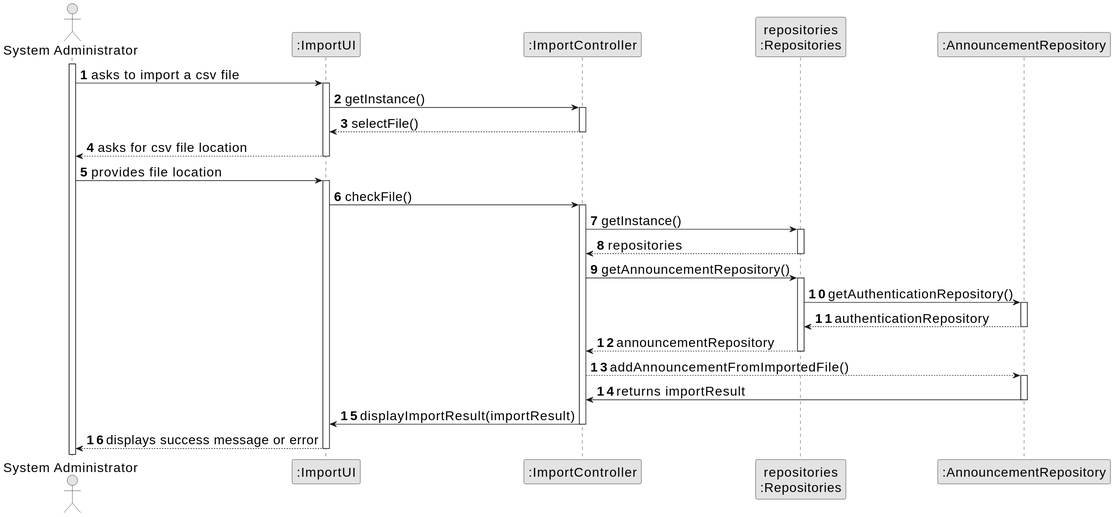
Before: docs/sprintD/us012/03.design/svg/us012-sequence-diagram-full.svg, a diagram exported from PlantUML (Goncalves2525/real-estate-management-system). Its diagram source:
```plantuml
@startuml
skinparamlocked defaultFontSize 20
skinparam monochrome true
skinparam packageStyle rectangle
skinparam shadowing false

autonumber

actor "System Administrator" as Admin
participant ":ImportUI" as UI
participant ":ImportController" as CTRL
participant "repositories\n:Repositories" as REPO
participant ":AnnouncementRepository" as ANNREPO


    activate Admin

    Admin -> UI : asks to import a csv file
    activate UI

    UI -> CTRL: getInstance()
    activate CTRL



    CTRL --> UI : selectFile()
    deactivate CTRL

    UI --> Admin : asks for csv file location
    deactivate UI

    Admin -> UI : provides file location
    activate UI

    UI -> CTRL : checkFile()
    activate CTRL

    CTRL -> REPO : getInstance()
    activate REPO

    REPO --> CTRL: repositories
    deactivate REPO

    CTRL -> REPO : getAnnouncementRepository()
    activate REPO

    REPO -> ANNREPO : getAuthenticationRepository()
    activate ANNREPO

    ANNREPO --> REPO: authenticationRepository
    deactivate ANNREPO

    REPO --> CTRL: announcementRepository
    deactivate REPO

    CTRL --> ANNREPO: addAnnouncementFromImportedFile()
    activate ANNREPO

    ANNREPO -> CTRL : returns importResult
    deactivate ANNREPO

    CTRL -> UI : displayImportResult(importResult)
    deactivate CTRL

    UI --> Admin : displays success message or error
    deactivate UI
@enduml
```
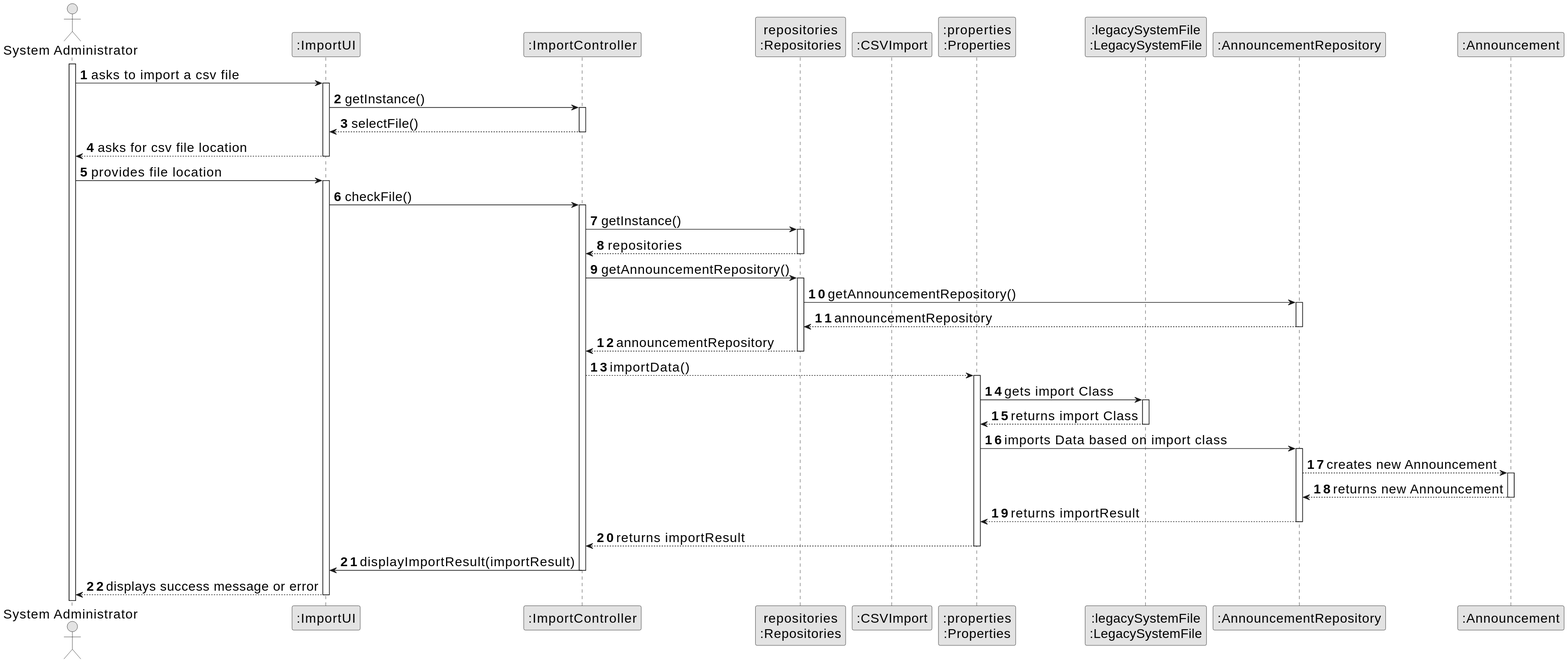
After the change.

The edit, as a diff of the source:
```diff
@@ -10,7 +10,11 @@
 participant ":ImportUI" as UI
 participant ":ImportController" as CTRL
 participant "repositories\n:Repositories" as REPO
+participant ":CSVImport" as CSV
+participant ":properties\n:Properties" as PROP
+participant ":legacySystemFile\n:LegacySystemFile" as LEGACY
 participant ":AnnouncementRepository" as ANNREPO
+participant ":Announcement" as ANN
 
 
     activate Admin
@@ -44,20 +48,39 @@
     CTRL -> REPO : getAnnouncementRepository()
     activate REPO
 
-    REPO -> ANNREPO : getAuthenticationRepository()
+    REPO -> ANNREPO : getAnnouncementRepository()
     activate ANNREPO
 
-    ANNREPO --> REPO: authenticationRepository
+    ANNREPO --> REPO: announcementRepository
     deactivate ANNREPO
 
     REPO --> CTRL: announcementRepository
     deactivate REPO
 
-    CTRL --> ANNREPO: addAnnouncementFromImportedFile()
+
+    CTRL --> PROP: importData()
+    activate PROP
+
+    PROP -> LEGACY: gets import Class
+    activate LEGACY
+
+    LEGACY --> PROP: returns import Class
+    deactivate LEGACY
+
+    PROP -> ANNREPO: imports Data based on import class
     activate ANNREPO
 
-    ANNREPO -> CTRL : returns importResult
+    ANNREPO --> ANN: creates new Announcement
+    activate ANN
+
+    ANN --> ANNREPO: returns new Announcement
+    deactivate ANN
+
+    ANNREPO --> PROP: returns importResult
     deactivate ANNREPO
+
+    PROP --> CTRL: returns importResult
+    deactivate PROP
 
     CTRL -> UI : displayImportResult(importResult)
     deactivate CTRL
```
